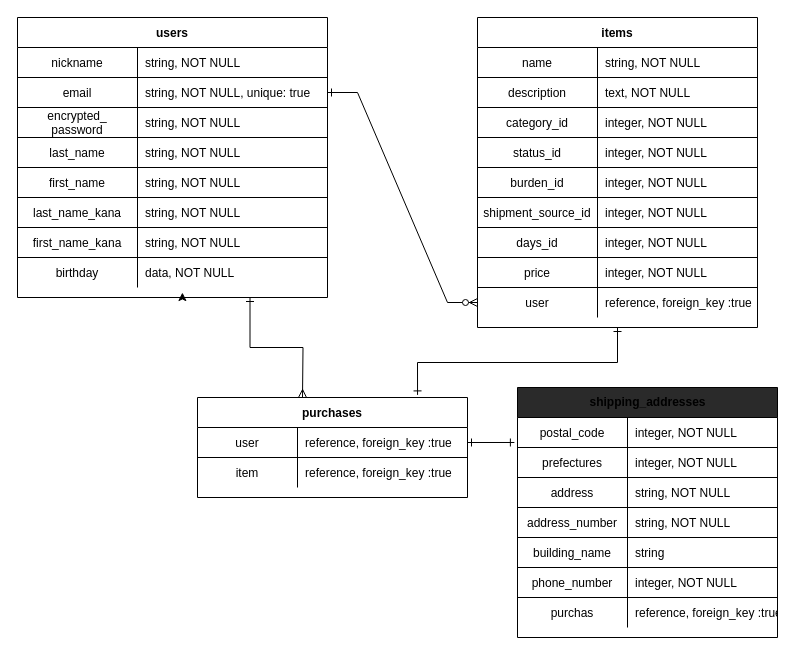
Above: furima-35361.dio in natsumi5/furima-35361 (draw.io), before the change. Source tidied: cells renumbered, new cells numbered last; positions are measured from the earlier drawing's top-left corner, leaving out a move shared by most shapes. Both pictures are drawn from the tidied source at 100%, with x=0, y=0 at pixel (17, 17).
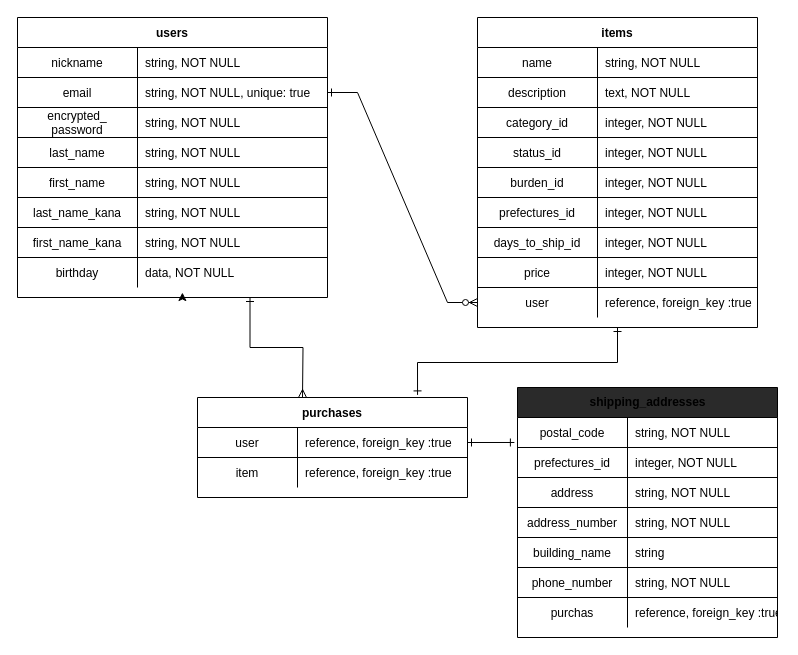
The same page after the edit.

Commit message (it also covers changes not shown here):
データベース設計修正２

Unchanged cells that the change refers to:
```xml
<mxCell id="20" style="shape=partialRectangle;fillColor=none;top=0;left=0;right=0;bottom=1;" parent="4" vertex="1">
  <mxGeometry y="180" width="280" height="30" as="geometry" />
</mxCell>
<mxCell id="23" style="shape=partialRectangle;fillColor=none;top=0;left=0;right=0;bottom=1;" parent="4" vertex="1">
  <mxGeometry y="210" width="280" height="30" as="geometry" />
</mxCell>
<mxCell id="67" style="shape=partialRectangle;fillColor=none;top=0;left=0;bottom=1;right=0;points=[[0,0.5],[1,0.5]];portConstraint=eastwest;" parent="66" vertex="1">
  <mxGeometry y="30" width="260" height="30" as="geometry" />
</mxCell>
<mxCell id="70" style="shape=partialRectangle;fillColor=none;top=0;left=0;bottom=1;right=0;" parent="66" vertex="1">
  <mxGeometry y="60" width="260" height="30" as="geometry" />
</mxCell>
<mxCell id="82" style="shape=partialRectangle;fillColor=none;top=0;left=0;bottom=1;right=0;" parent="66" vertex="1">
  <mxGeometry y="180" width="260" height="30" as="geometry" />
</mxCell>
```

What changed in the source:
```diff
@@
-    <mxCell id="21" value="shipment_source_id" style="shape=partialRectangle;overflow=hidden;fillColor=none;top=0;left=0;bottom=0;right=0;fontStyle=0;" parent="20" vertex="1">
+    <mxCell id="21" value="prefectures_id" style="shape=partialRectangle;overflow=hidden;fillColor=none;top=0;left=0;bottom=0;right=0;fontStyle=0;" parent="20" vertex="1">
       <mxGeometry width="120" height="30" as="geometry" />
     </mxCell>
@@
-    <mxCell id="24" value="days_id" style="shape=partialRectangle;overflow=hidden;fillColor=none;top=0;left=0;bottom=0;right=0;fontStyle=0;" parent="23" vertex="1">
+    <mxCell id="24" value="days_to_ship_id" style="shape=partialRectangle;overflow=hidden;fillColor=none;top=0;left=0;bottom=0;right=0;fontStyle=0;" parent="23" vertex="1">
       <mxGeometry width="120" height="30" as="geometry" />
     </mxCell>
@@
-    <mxCell id="69" value="integer, NOT NULL" style="shape=partialRectangle;fillColor=none;top=0;left=0;bottom=0;right=0;align=left;spacingLeft=6;fontStyle=0;overflow=hidden;" parent="67" vertex="1">
+    <mxCell id="69" value="string, NOT NULL" style="shape=partialRectangle;fillColor=none;top=0;left=0;bottom=0;right=0;align=left;spacingLeft=6;fontStyle=0;overflow=hidden;" parent="67" vertex="1">
       <mxGeometry x="110" width="150" height="30" as="geometry" />
     </mxCell>
@@
-    <mxCell id="71" value="prefectures" style="shape=partialRectangle;fillColor=none;top=0;left=0;bottom=0;right=0;fontStyle=0;overflow=hidden;" parent="70" vertex="1">
+    <mxCell id="71" value="prefectures_id" style="shape=partialRectangle;fillColor=none;top=0;left=0;bottom=0;right=0;fontStyle=0;overflow=hidden;" parent="70" vertex="1">
       <mxGeometry width="110" height="30" as="geometry" />
     </mxCell>
@@
-    <mxCell id="84" value="integer, NOT NULL" style="shape=partialRectangle;fillColor=none;top=0;left=0;bottom=0;right=0;align=left;spacingLeft=6;fontStyle=0;overflow=hidden;" parent="82" vertex="1">
+    <mxCell id="84" value="string, NOT NULL" style="shape=partialRectangle;fillColor=none;top=0;left=0;bottom=0;right=0;align=left;spacingLeft=6;fontStyle=0;overflow=hidden;" parent="82" vertex="1">
       <mxGeometry x="110" width="150" height="30" as="geometry" />
     </mxCell>
```
